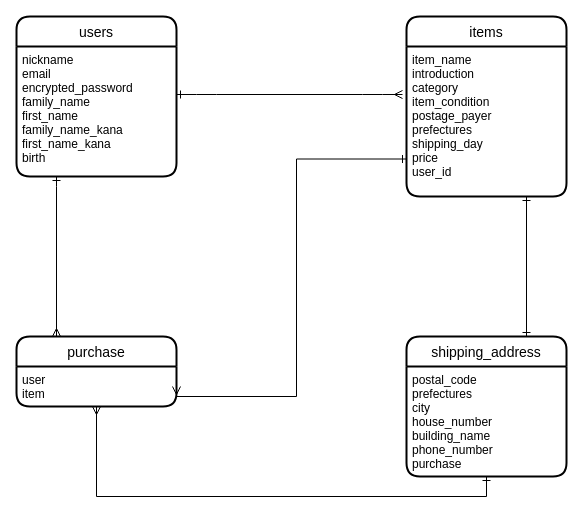
Above: furima.dio in missa0205/furima-32101 (draw.io), before the change. Source tidied: cells renumbered, new cells numbered last; positions are measured from the earlier drawing's top-left corner, leaving out a move shared by most shapes. Both pictures are drawn from the tidied source at 100%, with x=0, y=0 at pixel (16, 16).
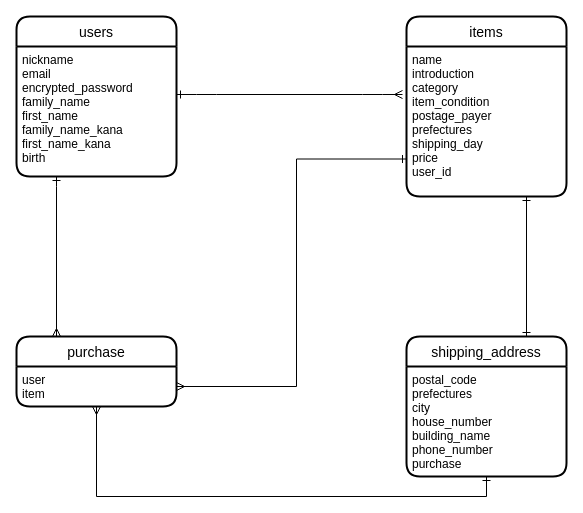
After the change.

Change to the diagram source:
```diff
@@
 <mxGraphModel>
   <root>
     <mxCell id="0" />
     <mxCell id="1" parent="0" />
     <mxCell id="2" value="users" style="swimlane;horizontal=1;startSize=30;rounded=1;fontSize=14;fontStyle=0;strokeWidth=2;shadow=0;dashed=0;align=center;" parent="1" vertex="1">
       <mxGeometry width="160" height="160" as="geometry" />
     </mxCell>
     <mxCell id="3" value="nickname&#10;email&#10;encrypted_password&#10;family_name&#10;first_name&#10;family_name_kana&#10;first_name_kana&#10;birth" style="align=left;strokeColor=none;fillColor=none;spacingLeft=4;fontSize=12;verticalAlign=top;" parent="2" vertex="1">
       <mxGeometry y="30" width="160" height="130" as="geometry" />
     </mxCell>
     <mxCell id="4" value="items" style="swimlane;horizontal=1;startSize=30;rounded=1;fontSize=14;fontStyle=0;strokeWidth=2;shadow=0;dashed=0;align=center;" parent="1" vertex="1">
       <mxGeometry x="390" width="160" height="180" as="geometry" />
     </mxCell>
-    <mxCell id="5" value="item_name&#10;introduction&#10;category&#10;item_condition&#10;postage_payer&#10;prefectures&#10;shipping_day&#10;price&#10;user_id&#10;" style="align=left;strokeColor=none;fillColor=none;spacingLeft=4;fontSize=12;verticalAlign=top;" parent="4" vertex="1">
+    <mxCell id="5" value="name&#10;introduction&#10;category&#10;item_condition&#10;postage_payer&#10;prefectures&#10;shipping_day&#10;price&#10;user_id&#10;" style="align=left;strokeColor=none;fillColor=none;spacingLeft=4;fontSize=12;verticalAlign=top;" parent="4" vertex="1">
       <mxGeometry y="30" width="160" height="150" as="geometry" />
     </mxCell>
     <mxCell id="6" style="edgeStyle=entityRelationEdgeStyle;fontSize=12;html=1;endArrow=ERmany;entryX=-0.025;entryY=0.32;entryDx=0;entryDy=0;entryPerimeter=0;startArrow=ERone;startFill=0;endFill=0;" parent="1" edge="1" target="5">
       <mxGeometry relative="1" as="geometry">
         <mxPoint x="160" y="78" as="sourcePoint" />
       </mxGeometry>
     </mxCell>
     <mxCell id="7" style="edgeStyle=orthogonalEdgeStyle;rounded=0;jettySize=auto;html=1;entryX=0.25;entryY=0;entryDx=0;entryDy=0;startArrow=ERone;startFill=0;endArrow=ERmany;endFill=0;" parent="1" edge="1" source="3" target="8">
       <mxGeometry relative="1" as="geometry">
         <Array as="points">
           <mxPoint x="40" y="170" />
           <mxPoint x="40" y="170" />
         </Array>
       </mxGeometry>
     </mxCell>
     <mxCell id="8" value="purchase" style="swimlane;horizontal=1;startSize=30;rounded=1;fontSize=14;fontStyle=0;strokeWidth=2;shadow=0;dashed=0;align=center;" parent="1" vertex="1">
       <mxGeometry y="320" width="160" height="70" as="geometry" />
     </mxCell>
     <mxCell id="9" value="user&#10;item" style="align=left;strokeColor=none;fillColor=none;spacingLeft=4;fontSize=12;verticalAlign=top;" parent="8" vertex="1">
       <mxGeometry y="30" width="160" height="40" as="geometry" />
     </mxCell>
     <mxCell id="10" style="edgeStyle=orthogonalEdgeStyle;rounded=0;jettySize=auto;html=1;exitX=0.75;exitY=0;exitDx=0;exitDy=0;entryX=0.75;entryY=1;entryDx=0;entryDy=0;startArrow=ERone;startFill=0;endArrow=ERone;endFill=0;" parent="1" edge="1" source="11" target="5">
       <mxGeometry relative="1" as="geometry" />
     </mxCell>
     <mxCell id="11" value="shipping_address" style="swimlane;horizontal=1;startSize=30;rounded=1;fontSize=14;fontStyle=0;strokeWidth=2;shadow=0;dashed=0;align=center;" parent="1" vertex="1">
       <mxGeometry x="390" y="320" width="160" height="140" as="geometry" />
     </mxCell>
     <mxCell id="12" value="postal_code&#10;prefectures&#10;city&#10;house_number&#10;building_name&#10;phone_number&#10;purchase" style="align=left;strokeColor=none;fillColor=none;spacingLeft=4;fontSize=12;verticalAlign=top;" parent="11" vertex="1">
       <mxGeometry y="30" width="160" height="110" as="geometry" />
     </mxCell>
     <mxCell id="13" style="edgeStyle=orthogonalEdgeStyle;rounded=0;jettySize=auto;html=1;exitX=1;exitY=0.5;exitDx=0;exitDy=0;entryX=0;entryY=0.75;entryDx=0;entryDy=0;startArrow=ERmany;startFill=0;endArrow=ERone;endFill=0;" parent="1" edge="1" source="9" target="5">
       <mxGeometry relative="1" as="geometry">
         <Array as="points">
-          <mxPoint x="280" y="380" />
+          <mxPoint x="280" y="370" />
           <mxPoint x="280" y="143" />
         </Array>
       </mxGeometry>
     </mxCell>
     <mxCell id="14" style="edgeStyle=orthogonalEdgeStyle;rounded=0;jettySize=auto;html=1;exitX=0.5;exitY=1;exitDx=0;exitDy=0;entryX=0.5;entryY=1;entryDx=0;entryDy=0;startArrow=ERone;startFill=0;endArrow=ERmany;endFill=0;" parent="1" edge="1" source="12" target="9">
       <mxGeometry relative="1" as="geometry" />
     </mxCell>
   </root>
 </mxGraphModel>
```
